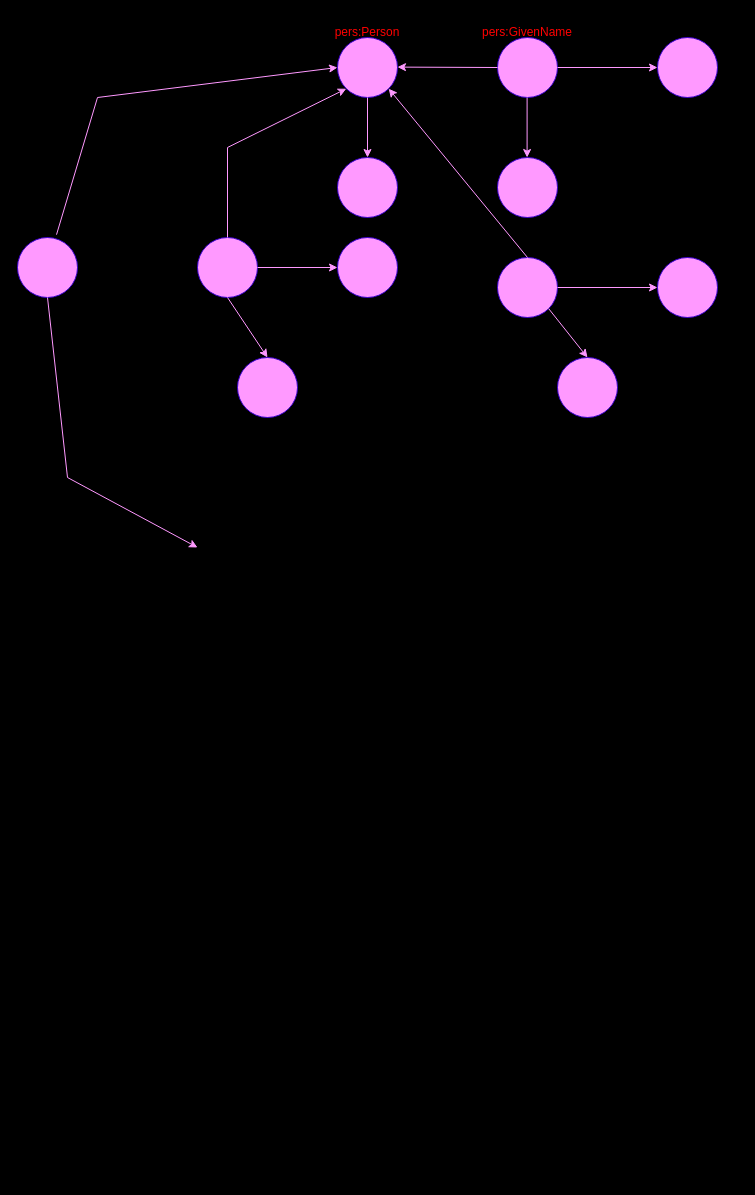
Mario-Corrente/mia-repository keeps this draw.io diagram as Diagramma senza titolo.drawio. Above is the earlier version. Source tidied: cells renumbered, new cells numbered last; positions are measured from the earlier drawing's top-left corner, leaving out a move shared by most shapes. Both pictures are drawn from the tidied source at 100%, with x=0, y=0 at pixel (17, 17).
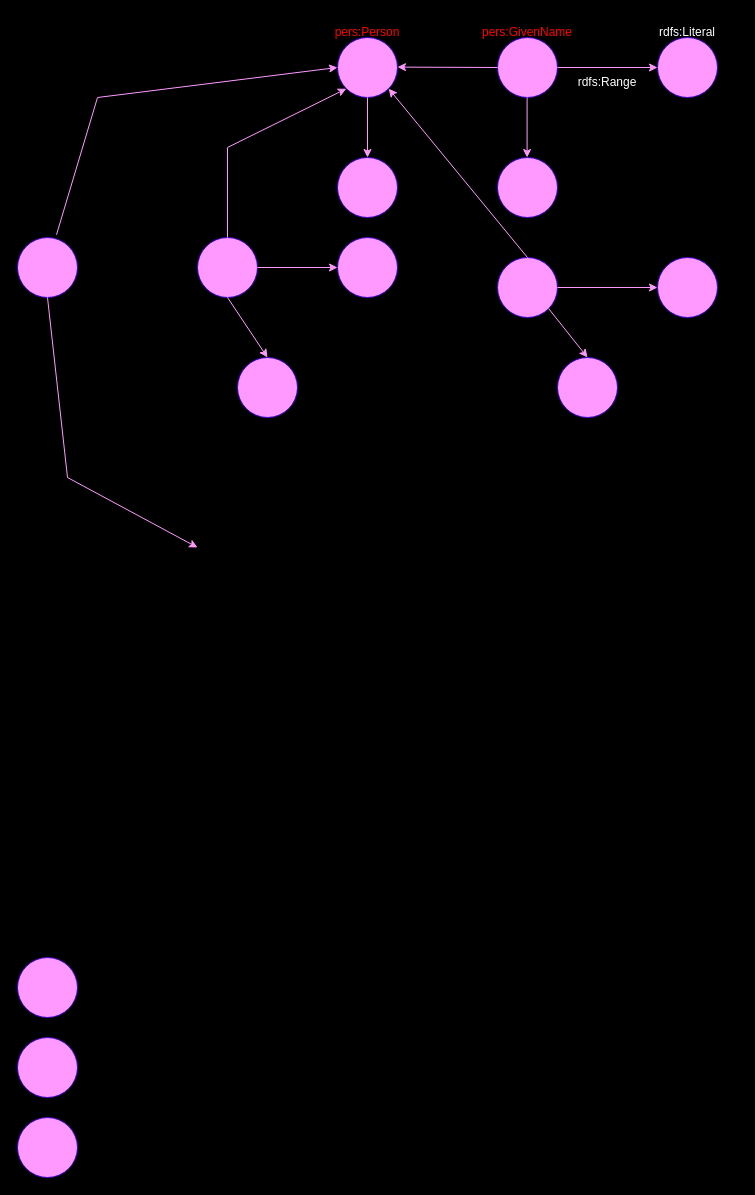
The same page after the edit.

Commit message (it also covers changes not shown here):
Grafo_definitivo

Change to the diagram source:
```diff
@@
+    <mxCell id="28" value="&lt;font color=&quot;#ffffff&quot;&gt;rdfs:Literal&lt;/font&gt;" style="text;strokeColor=none;align=center;fillColor=none;html=1;verticalAlign=middle;whiteSpace=wrap;rounded=0;" parent="1" vertex="1">
+      <mxGeometry x="620" width="100" height="30" as="geometry" />
+    </mxCell>
+    <mxCell id="29" value="&lt;font color=&quot;#ffffff&quot;&gt;rdfs:Range&lt;/font&gt;" style="text;strokeColor=none;align=center;fillColor=none;html=1;verticalAlign=middle;whiteSpace=wrap;rounded=0;" parent="1" vertex="1">
+      <mxGeometry x="540" y="50" width="100" height="30" as="geometry" />
+    </mxCell>
+    <mxCell id="30" style="ellipse;whiteSpace=wrap;html=1;fillColor=#FF99FF;fontColor=#ffffff;strokeColor=#3700CC;" parent="1" vertex="1">
+      <mxGeometry y="940" width="60" height="60" as="geometry" />
+    </mxCell>
+    <mxCell id="31" style="ellipse;whiteSpace=wrap;html=1;fillColor=#FF99FF;fontColor=#ffffff;strokeColor=#3700CC;" parent="1" vertex="1">
+      <mxGeometry y="1020" width="60" height="60" as="geometry" />
+    </mxCell>
+    <mxCell id="32" style="ellipse;whiteSpace=wrap;html=1;fillColor=#FF99FF;fontColor=#ffffff;strokeColor=#3700CC;" parent="1" vertex="1">
+      <mxGeometry y="1100" width="60" height="60" as="geometry" />
+    </mxCell>
```
